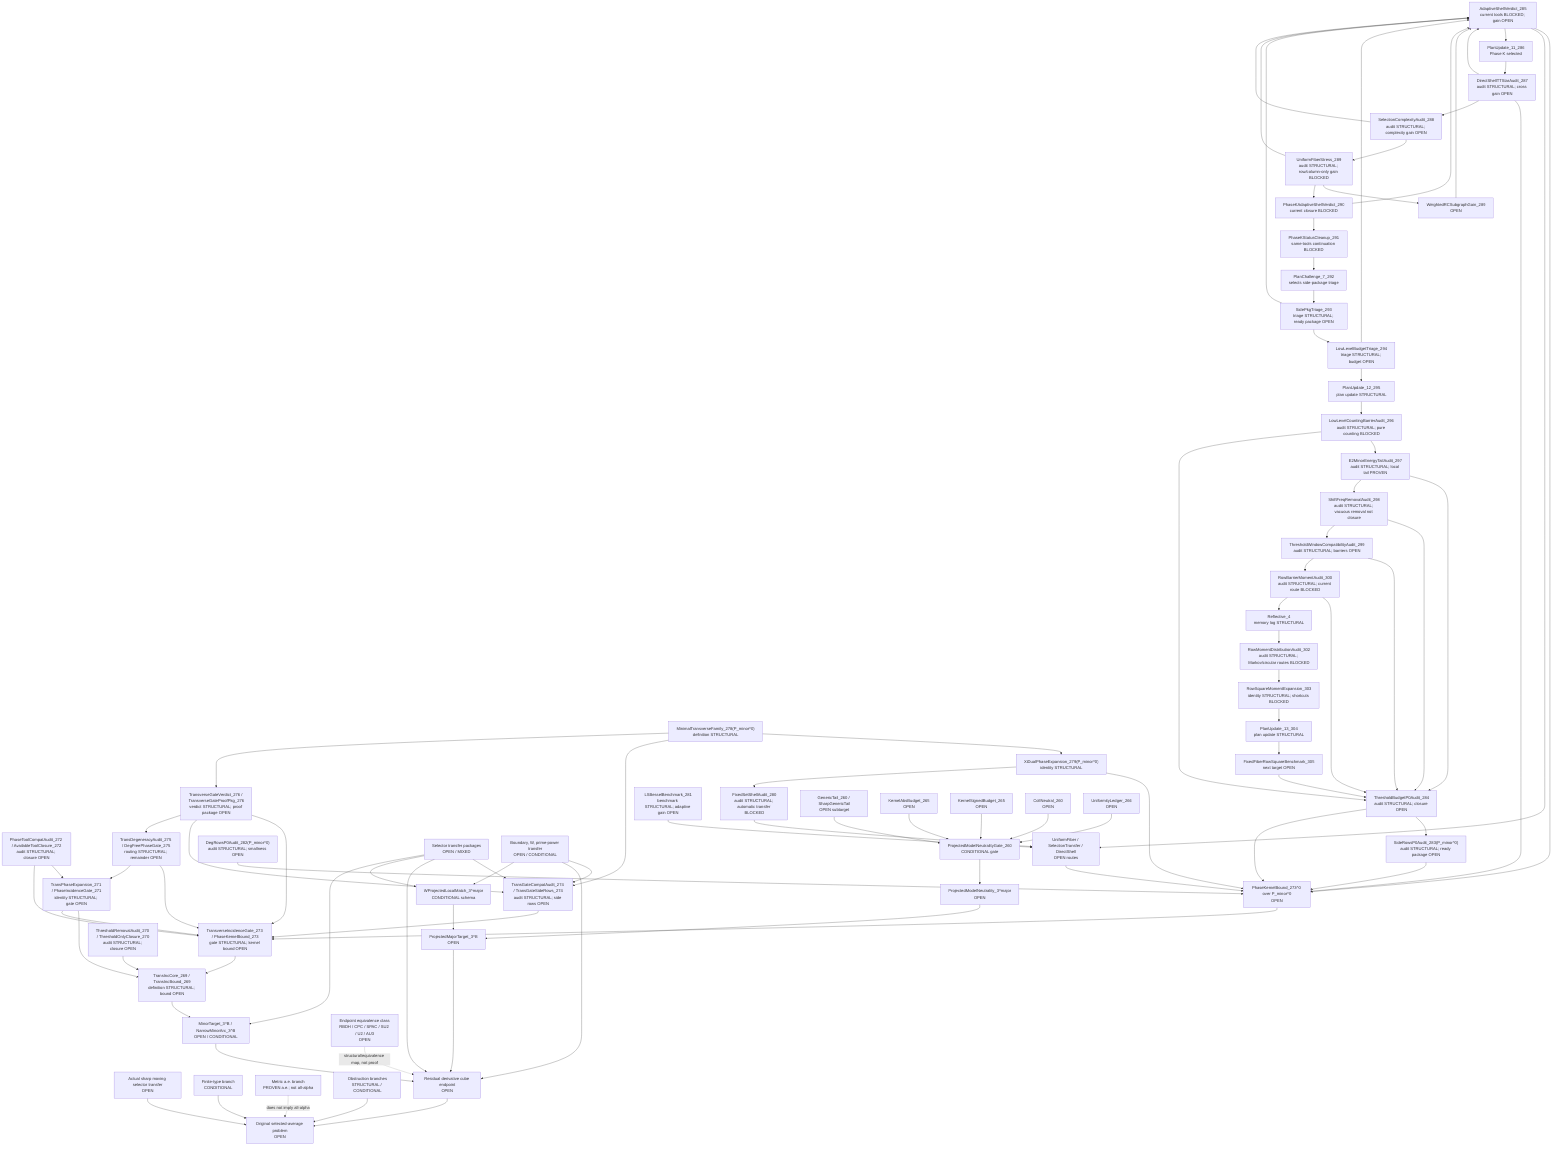
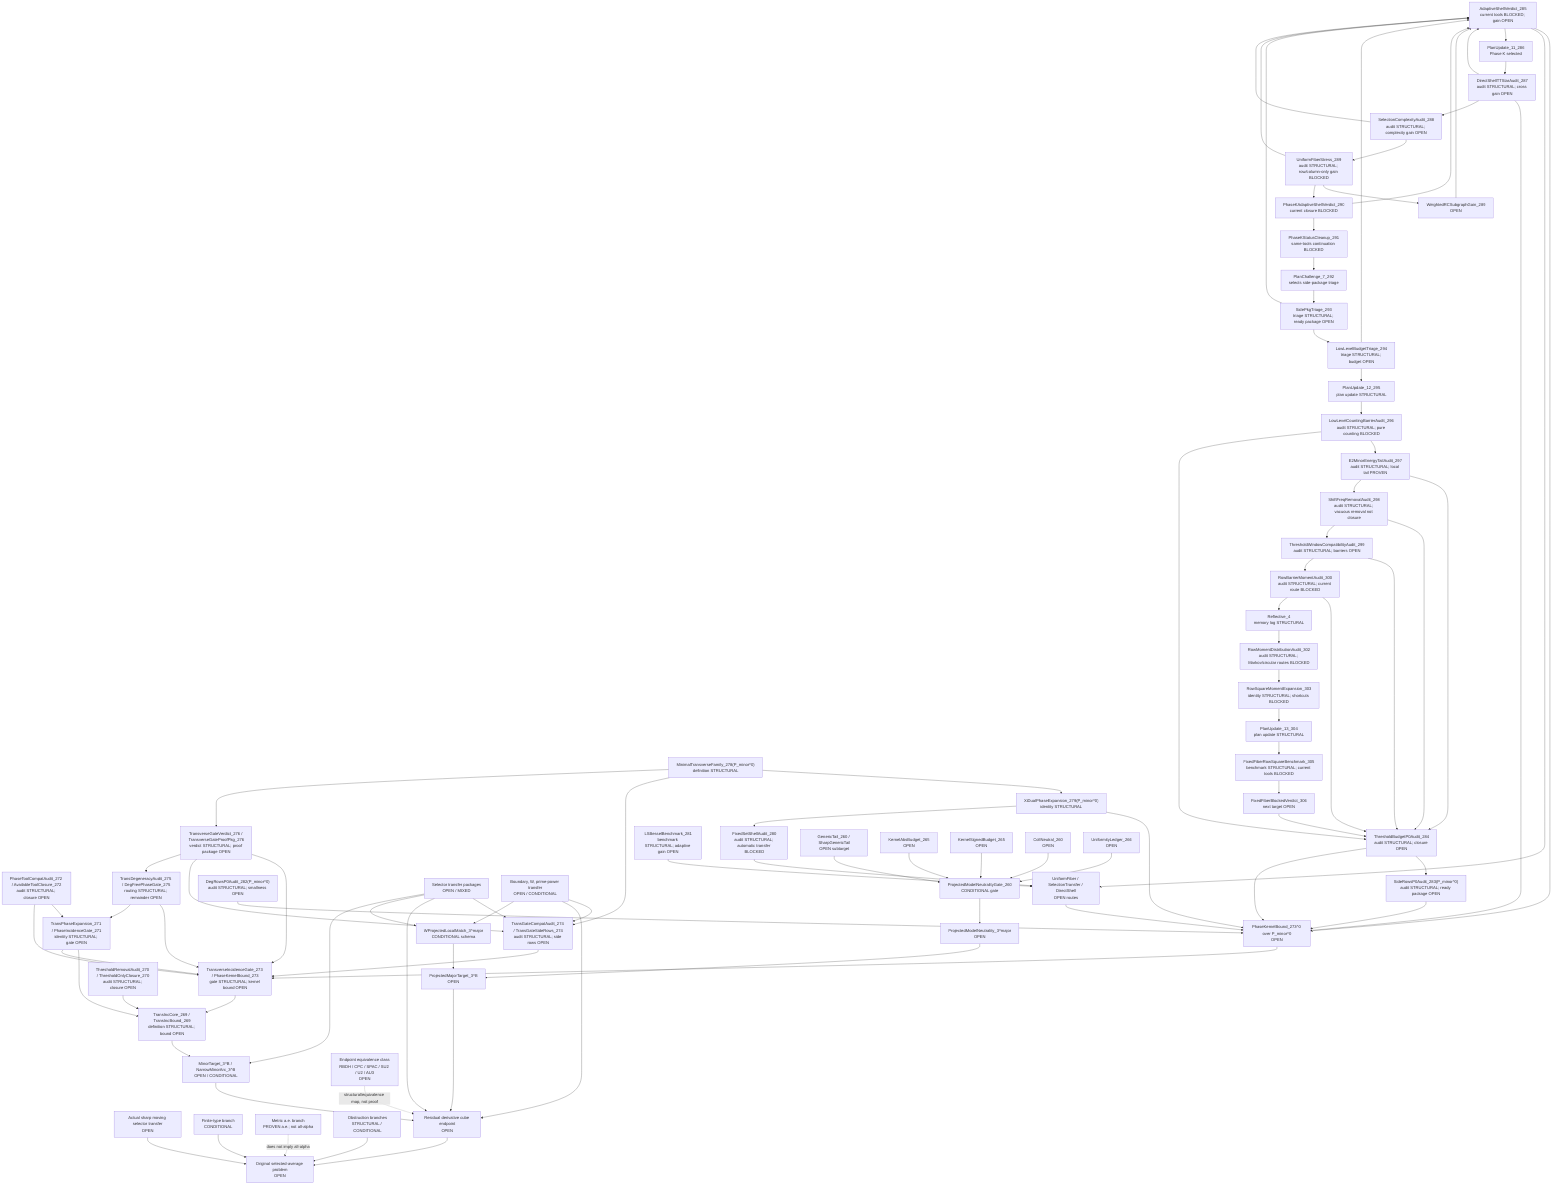
flowchart TD
  Original["Original selected-average problem<br/>OPEN"]
  SharpSel["Actual sharp moving selector transfer<br/>OPEN"]
  FiniteType["Finite-type branch<br/>CONDITIONAL"]
  Metric["Metric a.e. branch<br/>PROVEN a.e.; not all-alpha"]
  Obstruction["Obstruction branches<br/>STRUCTURAL / CONDITIONAL"]

  ResCube["Residual derivative cube endpoint<br/>OPEN"]
  MajorTarget["ProjectedMajorTarget_3^B<br/>OPEN"]
  MinorTarget["MinorTarget_3^B / NarrowMinorArc_3^B<br/>OPEN / CONDITIONAL"]
  TransInc["TransIncCore_269 / TransIncBound_269<br/>definition STRUCTURAL; bound OPEN"]
  ThresholdAudit["ThresholdRemovalAudit_270 / ThresholdOnlyClosure_270<br/>audit STRUCTURAL; closure OPEN"]
  PhaseExpansion["TransPhaseExpansion_271 / PhaseIncidenceGate_271<br/>identity STRUCTURAL; gate OPEN"]
  ToolCompat["PhaseToolCompatAudit_272 / AvailableToolClosure_272<br/>audit STRUCTURAL; closure OPEN"]
  TransGate["TransverseIncidenceGate_273 / PhaseKernelBound_273<br/>gate STRUCTURAL; kernel bound OPEN"]
  TransGateCompat["TransGateCompatAudit_274 / TransGateSideRows_274<br/>audit STRUCTURAL; side rows OPEN"]
  DegAudit["TransDegeneracyAudit_275 / DegFreePhaseGate_275<br/>routing STRUCTURAL; remainder OPEN"]
  TransVerdict["TransverseGateVerdict_276 / TransverseGateProofPkg_276<br/>verdict STRUCTURAL; proof package OPEN"]
  MinTransFamily["MinimalTransverseFamily_278(P_minor^0)<br/>definition STRUCTURAL"]
  XiExpansion["XiDualPhaseExpansion_279(P_minor^0)<br/>identity STRUCTURAL"]
  FixedShellAudit["FixedSetShellAudit_280<br/>audit STRUCTURAL; automatic transfer BLOCKED"]
  FixedShellTransfer["UniformFiber / SelectionTransfer / DirectShell<br/>OPEN routes"]
  LSBesselBench["LSBesselBenchmark_281<br/>benchmark STRUCTURAL; adaptive gain OPEN"]
  DegRowsP0["DegRowsP0Audit_282(P_minor^0)<br/>audit STRUCTURAL; smallness OPEN"]
  SideRowsP0["SideRowsP0Audit_283(P_minor^0)<br/>audit STRUCTURAL; ready package OPEN"]
  ThresholdP0["ThresholdBudgetP0Audit_284<br/>audit STRUCTURAL; closure OPEN"]
  AdaptiveShellP0["AdaptiveShellVerdict_285<br/>current tools BLOCKED; gain OPEN"]
  PlanUpdate11["PlanUpdate_11_286<br/>Phase K selected"]
  DirectTTStar["DirectShellTTStarAudit_287<br/>audit STRUCTURAL; cross gain OPEN"]
  SelectionComplexity["SelectionComplexityAudit_288<br/>audit STRUCTURAL; complexity gain OPEN"]
  UniformFiberStress["UniformFiberStress_289<br/>audit STRUCTURAL; row/column-only gain BLOCKED"]
  WeightedRCSubgraph["WeightedRCSubgraphGain_289<br/>OPEN"]
  AdaptiveVerdict290["PhaseKAdaptiveShellVerdict_290<br/>current closure BLOCKED"]
  PhaseKCleanup291["PhaseKStatusCleanup_291<br/>same-tools continuation BLOCKED"]
  PlanChallenge7["PlanChallenge_7_292<br/>selects side-package triage"]
  SidePkgTriage293["SidePkgTriage_293<br/>triage STRUCTURAL; ready package OPEN"]
  LowLevelTriage294["LowLevelBudgetTriage_294<br/>triage STRUCTURAL; budget OPEN"]
  PlanUpdate12["PlanUpdate_12_295<br/>plan update STRUCTURAL"]
  LowLevelBarrier296["LowLevelCountingBarrierAudit_296<br/>audit STRUCTURAL; pure counting BLOCKED"]
  E2Tail297["E2MinorEnergyTailAudit_297<br/>audit STRUCTURAL; local tail PROVEN"]
  ShiftFreq298["ShiftFreqRemovalAudit_298<br/>audit STRUCTURAL; vacuous removal not closure"]
  ThresholdWindow299["ThresholdWindowCompatibilityAudit_299<br/>audit STRUCTURAL; barriers OPEN"]
  RowBarrier300["RowBarrierMomentAudit_300<br/>audit STRUCTURAL; current route BLOCKED"]
  Reflective4["Reflective_4<br/>memory log STRUCTURAL"]
  RowMoment302["RowMomentDistributionAudit_302<br/>audit STRUCTURAL; Markov/circular routes BLOCKED"]
  RowSquare303["RowSquareMomentExpansion_303<br/>identity STRUCTURAL; shortcuts BLOCKED"]
  PlanUpdate13["PlanUpdate_13_304<br/>plan update STRUCTURAL"]
-   FixedFiber305["FixedFiberRowSquareBenchmark_305<br/>next target OPEN"]
+   FixedFiber305["FixedFiberRowSquareBenchmark_305<br/>benchmark STRUCTURAL; current tools BLOCKED"]
+   FixedFiber306["FixedFiberBlockedVerdict_306<br/>next target OPEN"]
  PhaseKernel0["PhaseKernelBound_273^0 over P_minor^0<br/>OPEN"]
  SelectorTransfer["Selector transfer packages<br/>OPEN / MIXED"]
  BoundaryTransfer["Boundary, W, prime-power transfer<br/>OPEN / CONDITIONAL"]

  WLocal["WProjectedLocalMatch_3^major<br/>CONDITIONAL schema"]
  ModelNeutral["ProjectedModelNeutrality_3^major<br/>OPEN"]
  PMNGate["ProjectedModelNeutralityGate_260<br/>CONDITIONAL gate"]
  GenericTail["GenericTail_260 / SharpGenericTail<br/>OPEN subtarget"]
  KernelAbs["KernelAbsBudget_265<br/>OPEN"]
  KernelSigned["KernelSignedBudget_265<br/>OPEN"]
  CollNeutral["CollNeutral_260<br/>OPEN"]
  Uniformity["UniformityLedger_266<br/>OPEN"]

  EndpointClass["Endpoint equivalence class<br/>RBDH / CPC / SPAC / SU2 / U2 / AU3<br/>OPEN"]

  SharpSel --> Original
  FiniteType --> Original
  Obstruction --> Original
  ResCube --> Original
  Metric -. "does not imply all-alpha" .-> Original

  MajorTarget --> ResCube
  MinorTarget --> ResCube
  TransInc --> MinorTarget
  ThresholdAudit --> TransInc
  PhaseExpansion --> TransInc
  ToolCompat --> PhaseExpansion
  TransGate --> TransInc
  PhaseExpansion --> TransGate
  ToolCompat --> TransGate
  TransGateCompat --> TransGate
  SelectorTransfer --> TransGateCompat
  BoundaryTransfer --> TransGateCompat
  DegAudit --> TransGate
  DegAudit --> PhaseExpansion
  TransVerdict --> TransGate
  TransVerdict --> TransGateCompat
  TransVerdict --> DegAudit
  PhaseKernel0 --> TransGate
  MinTransFamily --> XiExpansion
  XiExpansion --> PhaseKernel0
  XiExpansion --> FixedShellAudit
  FixedShellAudit --> FixedShellTransfer
  FixedShellTransfer --> PhaseKernel0
  LSBesselBench --> FixedShellTransfer
  DegRowsP0 --> PhaseKernel0
  SideRowsP0 --> PhaseKernel0
  ThresholdP0 --> SideRowsP0
  ThresholdP0 --> PhaseKernel0
  AdaptiveShellP0 --> PhaseKernel0
  AdaptiveShellP0 --> FixedShellTransfer
  AdaptiveShellP0 --> PlanUpdate11
  PlanUpdate11 --> DirectTTStar
  DirectTTStar --> AdaptiveShellP0
  DirectTTStar --> PhaseKernel0
  DirectTTStar --> SelectionComplexity
  SelectionComplexity --> UniformFiberStress
  SelectionComplexity --> AdaptiveShellP0
  UniformFiberStress --> WeightedRCSubgraph
  WeightedRCSubgraph --> AdaptiveShellP0
  UniformFiberStress --> AdaptiveVerdict290
  UniformFiberStress --> AdaptiveShellP0
  AdaptiveVerdict290 --> AdaptiveShellP0
  AdaptiveVerdict290 --> PhaseKCleanup291
  PhaseKCleanup291 --> PlanChallenge7
  PlanChallenge7 --> SidePkgTriage293
  SidePkgTriage293 --> LowLevelTriage294
  SidePkgTriage293 --> AdaptiveShellP0
  LowLevelTriage294 --> AdaptiveShellP0
  LowLevelTriage294 --> PlanUpdate12
  PlanUpdate12 --> LowLevelBarrier296
  LowLevelBarrier296 --> E2Tail297
  LowLevelBarrier296 --> ThresholdP0
  E2Tail297 --> ThresholdP0
  E2Tail297 --> ShiftFreq298
  ShiftFreq298 --> ThresholdP0
  ShiftFreq298 --> ThresholdWindow299
  ThresholdWindow299 --> ThresholdP0
  ThresholdWindow299 --> RowBarrier300
  RowBarrier300 --> ThresholdP0
  RowBarrier300 --> Reflective4
  Reflective4 --> RowMoment302
  RowMoment302 --> RowSquare303
  RowSquare303 --> PlanUpdate13
  PlanUpdate13 --> FixedFiber305
-   FixedFiber305 --> ThresholdP0
+   FixedFiber305 --> FixedFiber306
+   FixedFiber306 --> ThresholdP0
  MinTransFamily --> TransGateCompat
  MinTransFamily --> TransVerdict
  SelectorTransfer --> ResCube
  BoundaryTransfer --> ResCube
  EndpointClass -. "structural/equivalence map, not proof" .-> ResCube

  WLocal --> MajorTarget
  ModelNeutral --> MajorTarget

  PMNGate --> ModelNeutral
  GenericTail --> PMNGate
  KernelAbs --> PMNGate
  KernelSigned --> PMNGate
  CollNeutral --> PMNGate
  Uniformity --> PMNGate

  BoundaryTransfer --> WLocal
  SelectorTransfer --> WLocal
  SelectorTransfer --> MinorTarget
